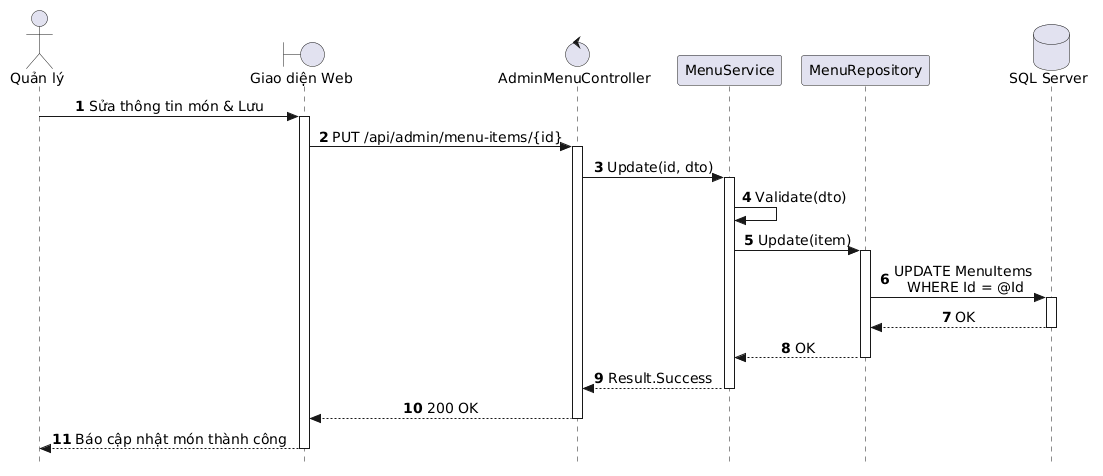
AndrewQng/VinDining keeps this PlantUML diagram as out/docs/puml/sequences/SD_UC_A1_2_Update_MenuItem/SD_UC_A1_2_Update_MenuItem.png. Above is the earlier version.
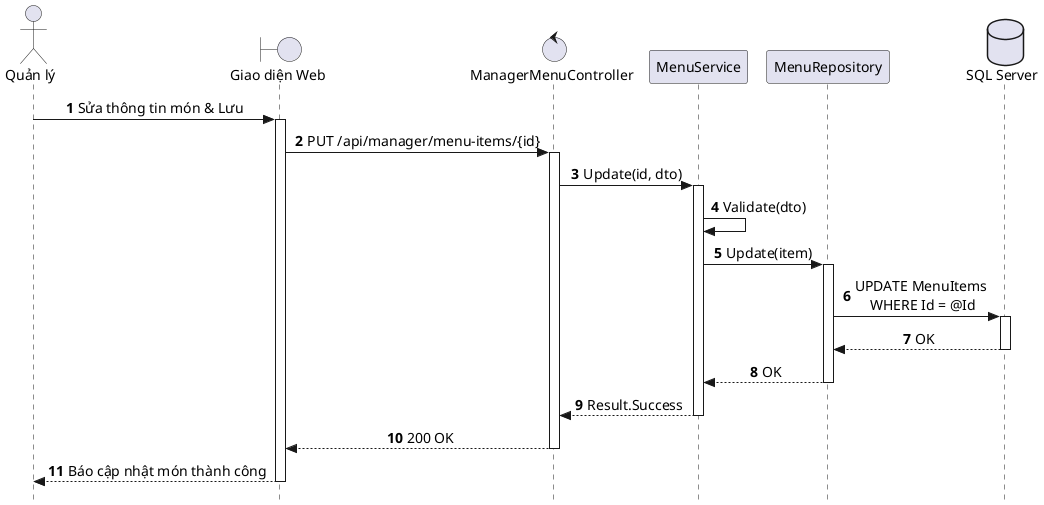
The same file after the commit.

What changed in the source:
```diff
@@ -1,4 +1,4 @@
-@startuml
+@startuml SD_UC_A1_2_Update_MenuItem
 autonumber
 skinparam style strictuml
 skinparam sequenceMessageAlign center
@@ -8,7 +8,7 @@
 
 actor "Quản lý" as Manager
 boundary "Giao diện Web" as UI
-control "AdminMenuController" as Controller
+control "ManagerMenuController" as Controller
 participant "MenuService" as Service
 participant "MenuRepository" as Repo
 database "SQL Server" as DB
@@ -16,7 +16,7 @@
 Manager -> UI: Sửa thông tin món & Lưu
 activate UI
 
-UI -> Controller: PUT /api/admin/menu-items/{id}
+UI -> Controller: PUT /api/manager/menu-items/{id}
 activate Controller
 
 Controller -> Service: Update(id, dto)
@@ -43,4 +43,5 @@
 
 UI --> Manager: Báo cập nhật món thành công
 deactivate UI
+
 @enduml
```
